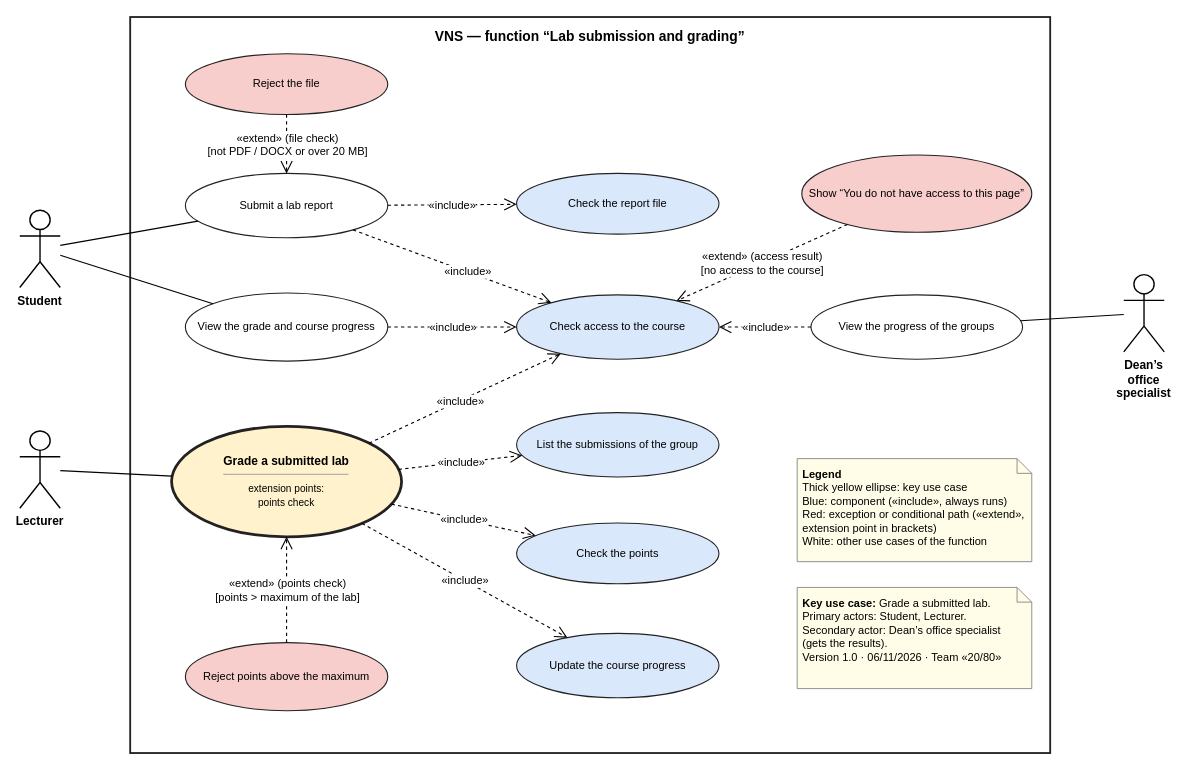
yarikshevchuk/business-analysis keeps this draw.io diagram as BA/Part 5_Diagramming UML-20260912/Done/AI/Artifacts/1. Use Case Diagram_VNS.drawio. Above is the earlier version. Source tidied: cells renumbered, new cells numbered last; positions are measured from the earlier drawing's top-left corner, leaving out a move shared by most shapes. Both pictures are drawn from the tidied source at 92%, with x=0, y=0 at pixel (19, 17).
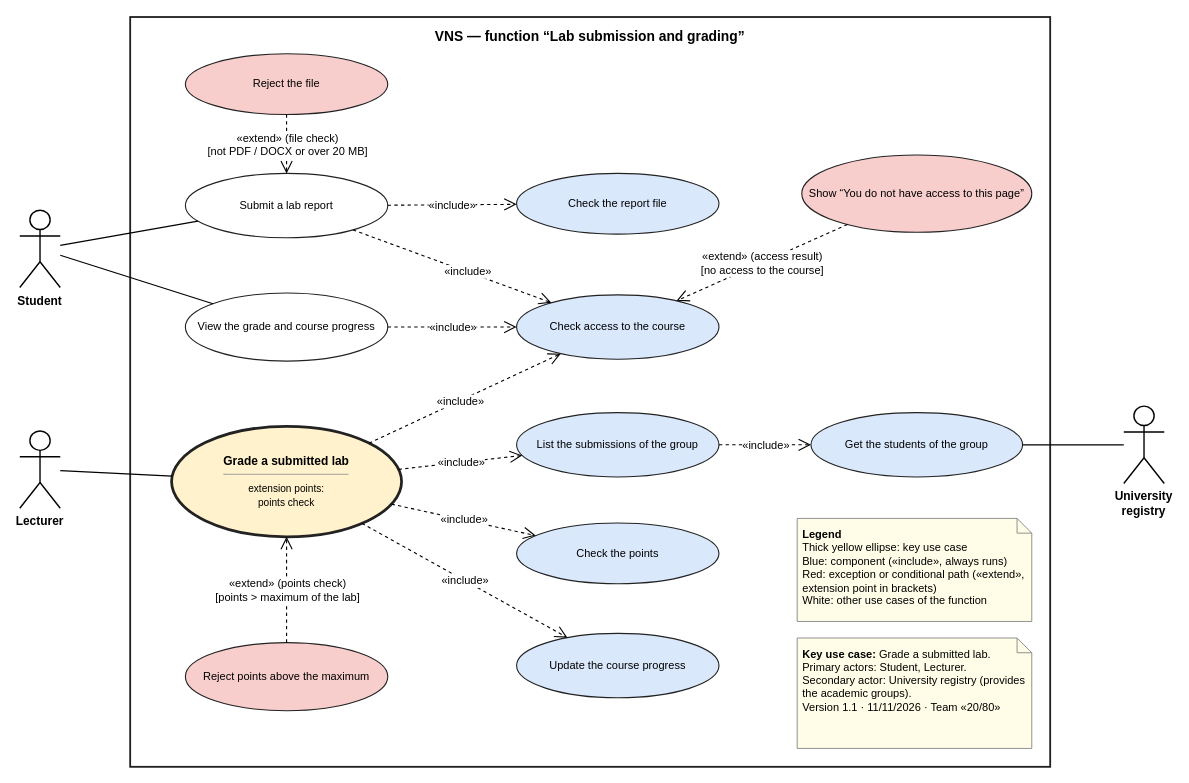
Above is the later version.

Commit message (it also covers changes not shown here):
BA Part 5 (AI): University registry as the secondary actor, no dean's office

The change refers to these unchanged cells:
```xml
<mxCell id="12" value="Check access to the course" style="ellipse;whiteSpace=wrap;html=1;fillColor=#dae8fc;strokeColor=#222222;strokeWidth=1.2;fontSize=12;" parent="1" vertex="1">
  <mxGeometry x="540" y="302" width="220" height="70" as="geometry" />
</mxCell>
<mxCell id="13" value="List the submissions of the group" style="ellipse;whiteSpace=wrap;html=1;fillColor=#dae8fc;strokeColor=#222222;strokeWidth=1.2;fontSize=12;" parent="1" vertex="1">
  <mxGeometry x="540" y="430" width="220" height="70" as="geometry" />
</mxCell>
```

What changed in the source:
```diff
@@
     <mxCell id="2" value="VNS — function “Lab submission and grading”" style="rounded=0;whiteSpace=wrap;html=1;fillColor=none;strokeColor=#222222;strokeWidth=2;verticalAlign=top;fontStyle=1;fontSize=15;spacingTop=6;" parent="1" vertex="1">
-      <mxGeometry x="120" width="1000" height="800" as="geometry" />
+      <mxGeometry x="120" width="1000" height="815" as="geometry" />
     </mxCell>
@@
-    <mxCell id="5" value="Dean’s office specialist" style="shape=umlActor;verticalLabelPosition=bottom;verticalAlign=top;html=1;outlineConnect=0;fontSize=13;fontStyle=1;whiteSpace=wrap;strokeWidth=1.5;" parent="1" vertex="1">
-      <mxGeometry x="1200" y="280" width="44" height="84" as="geometry" />
-    </mxCell>
@@
-    <mxCell id="17" value="View the progress of the groups" style="ellipse;whiteSpace=wrap;html=1;fillColor=#ffffff;strokeColor=#222222;strokeWidth=1.2;fontSize=12;" parent="1" vertex="1">
-      <mxGeometry x="860" y="302" width="230" height="70" as="geometry" />
-    </mxCell>
@@
-    <mxCell id="21" style="endArrow=none;html=1;strokeWidth=1.3;rounded=0;" parent="1" edge="1" source="5" target="17">
-      <mxGeometry relative="1" as="geometry" />
-    </mxCell>
@@
-    <mxCell id="36" style="endArrow=open;endSize=11;dashed=1;html=1;strokeWidth=1.2;rounded=0;" parent="1" edge="1" source="17" target="12">
-      <mxGeometry relative="1" as="geometry" />
-    </mxCell>
-    <mxCell id="37" value="«include»" style="edgeLabel;html=1;align=center;verticalAlign=middle;fontSize=12;labelBackgroundColor=#ffffff;" parent="36" vertex="1">
-      <mxGeometry relative="1" as="geometry" />
-    </mxCell>
@@
     <mxCell id="44" value="&lt;b&gt;Legend&lt;/b&gt;&lt;br&gt;Thick yellow ellipse: key use case&lt;br&gt;Blue: component («include», always runs)&lt;br&gt;Red: exception or conditional path («extend»,&lt;br&gt;extension point in brackets)&lt;br&gt;White: other use cases of the function" style="shape=note;size=16;whiteSpace=wrap;html=1;align=left;verticalAlign=top;spacing=6;fontSize=12;fillColor=#fffde7;strokeColor=#888888;" parent="1" vertex="1">
-      <mxGeometry x="845" y="480" width="255" height="112" as="geometry" />
+      <mxGeometry x="845" y="545" width="255" height="112" as="geometry" />
     </mxCell>
-    <mxCell id="45" value="&lt;b&gt;Key use case:&lt;/b&gt; Grade a submitted lab.&lt;br&gt;Primary actors: Student, Lecturer.&lt;br&gt;Secondary actor: Dean’s office specialist (gets the results).&lt;br&gt;Version 1.0 · 06/11/2026 · Team «20/80»" style="shape=note;size=16;whiteSpace=wrap;html=1;align=left;verticalAlign=top;spacing=6;fontSize=12;fillColor=#fffde7;strokeColor=#888888;" parent="1" vertex="1">
-      <mxGeometry x="845" y="620" width="255" height="110" as="geometry" />
+    <mxCell id="45" value="&lt;b&gt;Key use case:&lt;/b&gt; Grade a submitted lab.&lt;br&gt;Primary actors: Student, Lecturer.&lt;br&gt;Secondary actor: University registry (provides the academic groups).&lt;br&gt;Version 1.1 · 11/11/2026 · Team «20/80»" style="shape=note;size=16;whiteSpace=wrap;html=1;align=left;verticalAlign=top;spacing=6;fontSize=12;fillColor=#fffde7;strokeColor=#888888;" parent="1" vertex="1">
+      <mxGeometry x="845" y="675" width="255" height="120" as="geometry" />
     </mxCell>
+    <mxCell id="46" value="Get the students of the group" style="ellipse;whiteSpace=wrap;html=1;fillColor=#dae8fc;strokeColor=#222222;strokeWidth=1.2;fontSize=12;" parent="1" vertex="1">
+      <mxGeometry x="860" y="430" width="230" height="70" as="geometry" />
+    </mxCell>
+    <mxCell id="47" value="University registry" style="shape=umlActor;verticalLabelPosition=bottom;verticalAlign=top;html=1;outlineConnect=0;fontSize=13;fontStyle=1;whiteSpace=wrap;strokeWidth=1.5;" parent="1" vertex="1">
+      <mxGeometry x="1200" y="423" width="44" height="84" as="geometry" />
+    </mxCell>
+    <mxCell id="48" style="endArrow=open;endSize=11;dashed=1;html=1;strokeWidth=1.2;rounded=0;" parent="1" edge="1" source="13" target="46">
+      <mxGeometry relative="1" as="geometry" />
+    </mxCell>
+    <mxCell id="37" value="«include»" style="edgeLabel;html=1;align=center;verticalAlign=middle;fontSize=12;labelBackgroundColor=#ffffff;" parent="48" vertex="1">
+      <mxGeometry relative="1" as="geometry" />
+    </mxCell>
+    <mxCell id="49" style="endArrow=none;html=1;strokeWidth=1.3;rounded=0;" parent="1" edge="1" source="47" target="46">
+      <mxGeometry relative="1" as="geometry" />
+    </mxCell>
```
